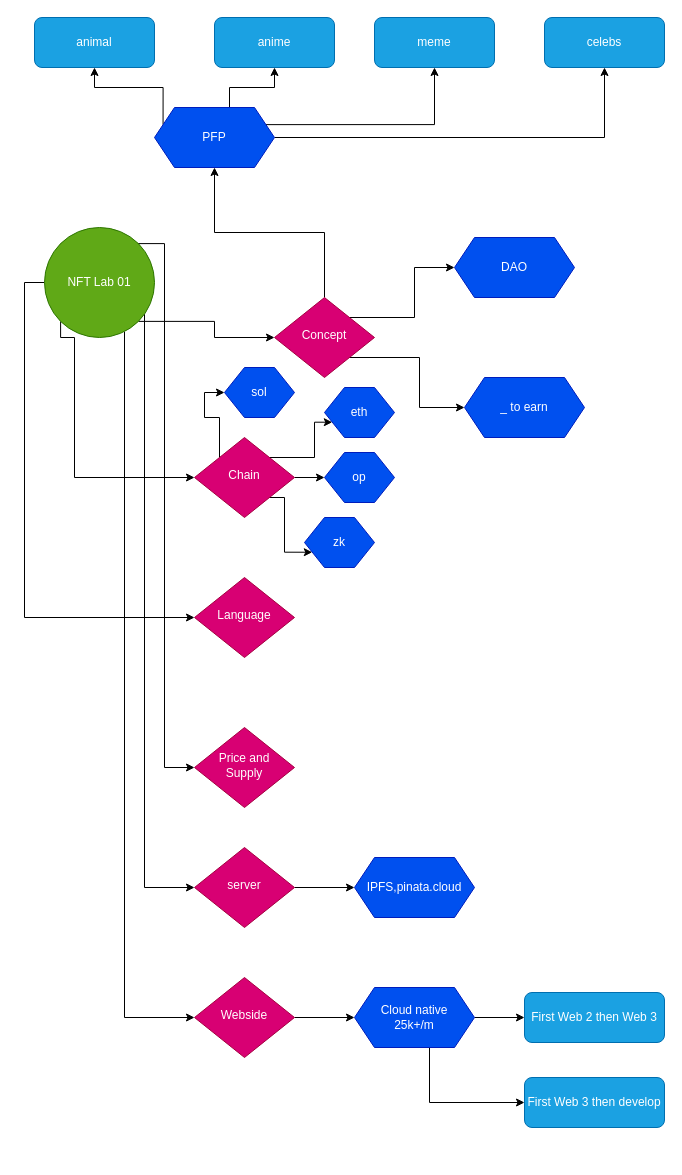
This is Untitled Diagram.drawio from thanathonh/thanathonh, a draw.io file, before an edit. Source tidied: cells renumbered, new cells numbered last; positions are measured from the earlier drawing's top-left corner, leaving out a move shared by most shapes. Both pictures are drawn from the tidied source at 100%, with x=0, y=0 at pixel (34, 17).
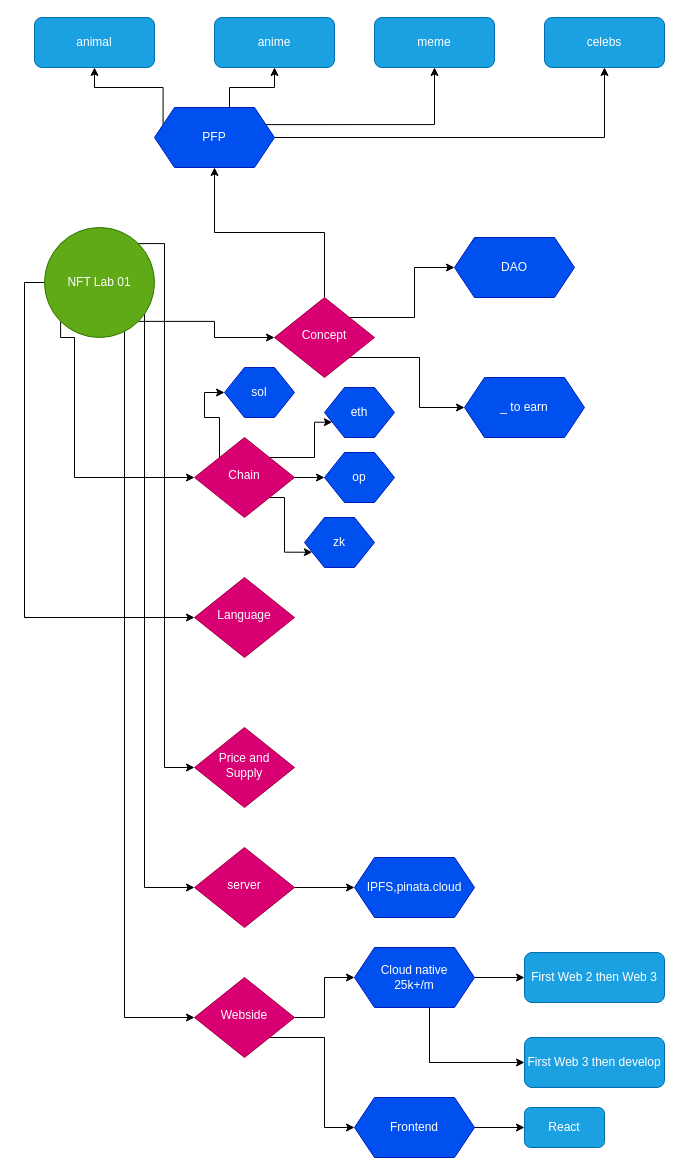
The same page after the edit.

Unchanged cells that the change refers to:
```xml
<mxCell id="34" value="Webside" style="rhombus;whiteSpace=wrap;html=1;shadow=0;fontFamily=Helvetica;fontSize=12;align=center;strokeWidth=1;spacing=6;spacingTop=-4;fillColor=#d80073;fontColor=#ffffff;strokeColor=#A50040;" parent="1" vertex="1">
  <mxGeometry x="160" y="960" width="100" height="80" as="geometry" />
</mxCell>
```

What changed in the source:
```diff
@@
+    <mxCell id="45" style="edgeStyle=orthogonalEdgeStyle;rounded=0;jettySize=auto;html=1;exitX=1;exitY=1;exitDx=0;exitDy=0;entryX=0;entryY=0.5;entryDx=0;entryDy=0;" parent="1" edge="1" source="34" target="47">
+      <mxGeometry relative="1" as="geometry" />
+    </mxCell>
@@
     <mxCell id="37" value="Cloud native &lt;br&gt;25k+/m" style="shape=hexagon;perimeter=hexagonPerimeter2;whiteSpace=wrap;html=1;fixedSize=1;fillColor=#0050ef;fontColor=#ffffff;strokeColor=#001DBC;" parent="1" vertex="1">
-      <mxGeometry x="320" y="970" width="120" height="60" as="geometry" />
+      <mxGeometry x="320" y="930" width="120" height="60" as="geometry" />
     </mxCell>
@@
     <mxCell id="39" value="First Web 2 then Web 3" style="rounded=1;whiteSpace=wrap;html=1;fillColor=#1ba1e2;fontColor=#ffffff;strokeColor=#006EAF;" parent="1" vertex="1">
-      <mxGeometry x="490" y="975" width="140" height="50" as="geometry" />
+      <mxGeometry x="490" y="935" width="140" height="50" as="geometry" />
     </mxCell>
     <mxCell id="40" value="First Web 3 then develop" style="rounded=1;whiteSpace=wrap;html=1;fillColor=#1ba1e2;fontColor=#ffffff;strokeColor=#006EAF;" parent="1" vertex="1">
-      <mxGeometry x="490" y="1060" width="140" height="50" as="geometry" />
+      <mxGeometry x="490" y="1020" width="140" height="50" as="geometry" />
     </mxCell>
@@
+    <mxCell id="46" style="edgeStyle=orthogonalEdgeStyle;rounded=0;jettySize=auto;html=1;entryX=0;entryY=0.5;entryDx=0;entryDy=0;" parent="1" edge="1" source="47" target="48">
+      <mxGeometry relative="1" as="geometry" />
+    </mxCell>
+    <mxCell id="47" value="Frontend" style="shape=hexagon;perimeter=hexagonPerimeter2;whiteSpace=wrap;html=1;fixedSize=1;fillColor=#0050ef;fontColor=#ffffff;strokeColor=#001DBC;" parent="1" vertex="1">
+      <mxGeometry x="320" y="1080" width="120" height="60" as="geometry" />
+    </mxCell>
+    <mxCell id="48" value="React" style="rounded=1;whiteSpace=wrap;html=1;fillColor=#1ba1e2;fontColor=#ffffff;strokeColor=#006EAF;" parent="1" vertex="1">
+      <mxGeometry x="490" y="1090" width="80" height="40" as="geometry" />
+    </mxCell>
```
